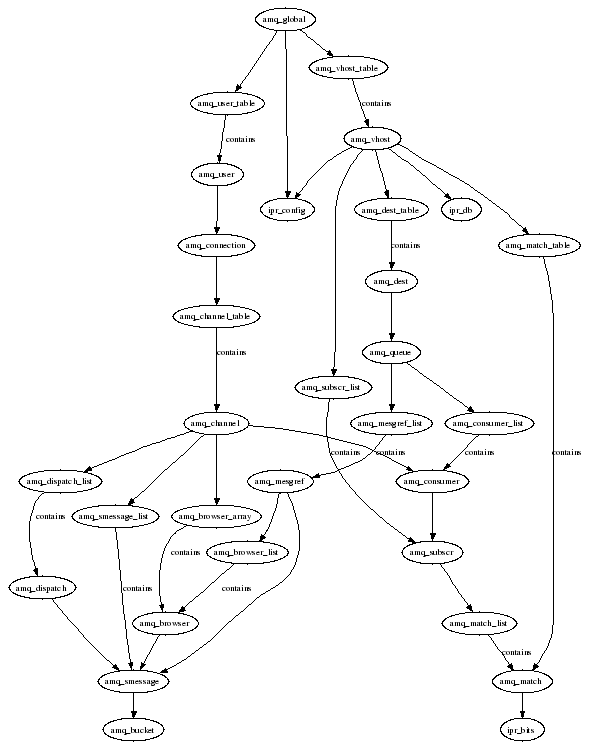
imatix/openamq keeps this Graphviz diagram as doc/server_classes.png. Above is the earlier version. Its source is kept beside it as doc/server_classes.dot.
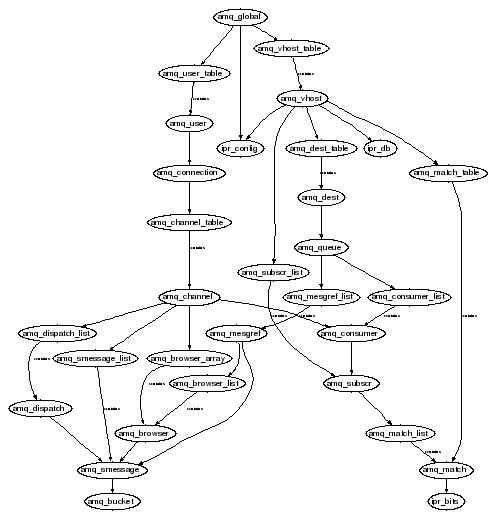
After the change.

Commit message:
Custom font size

Diff of the diagram source:
```diff
@@ -1,5 +1,6 @@
 digraph {
-    size = "6,12";
+    size = "5,12";
+    node [fontname=Helvetica, fontsize=24];
     amq_browser             -> amq_smessage;
     amq_browser_array       -> amq_browser  [label = "contains"];
     amq_browser_list        -> amq_browser  [label = "contains"];
```
